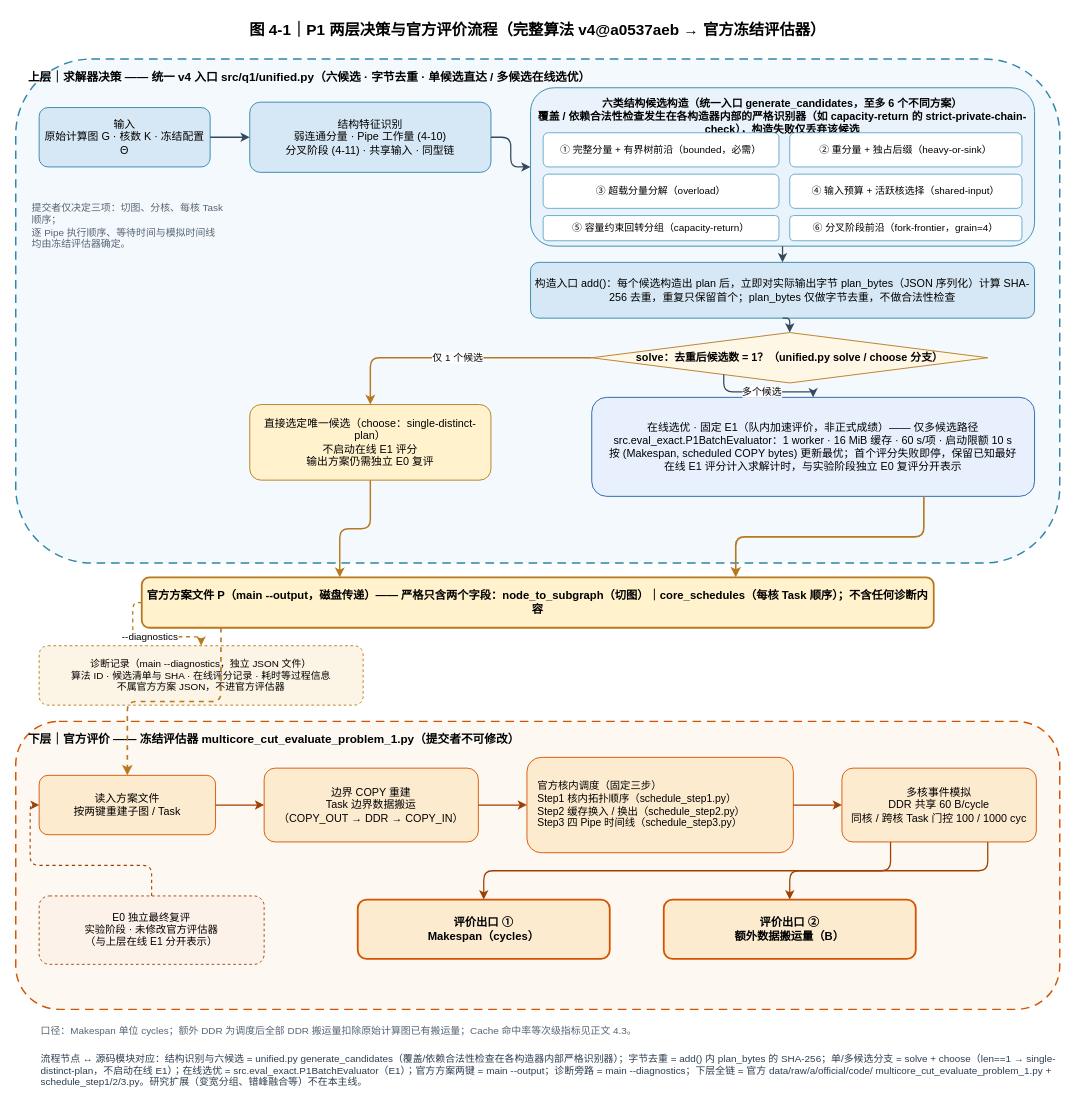
Before: figures/a/jia-fig4-1-20260926/fig4-1-p1-two-layer-flow.drawio in Vioano/huaweicup2026, a draw.io diagram. Source tidied: cells renumbered, new cells numbered last; positions are measured from the earlier drawing's top-left corner, leaving out a move shared by most shapes. Both pictures are drawn from the tidied source at 90%, with x=0, y=0 at pixel (15, 15).
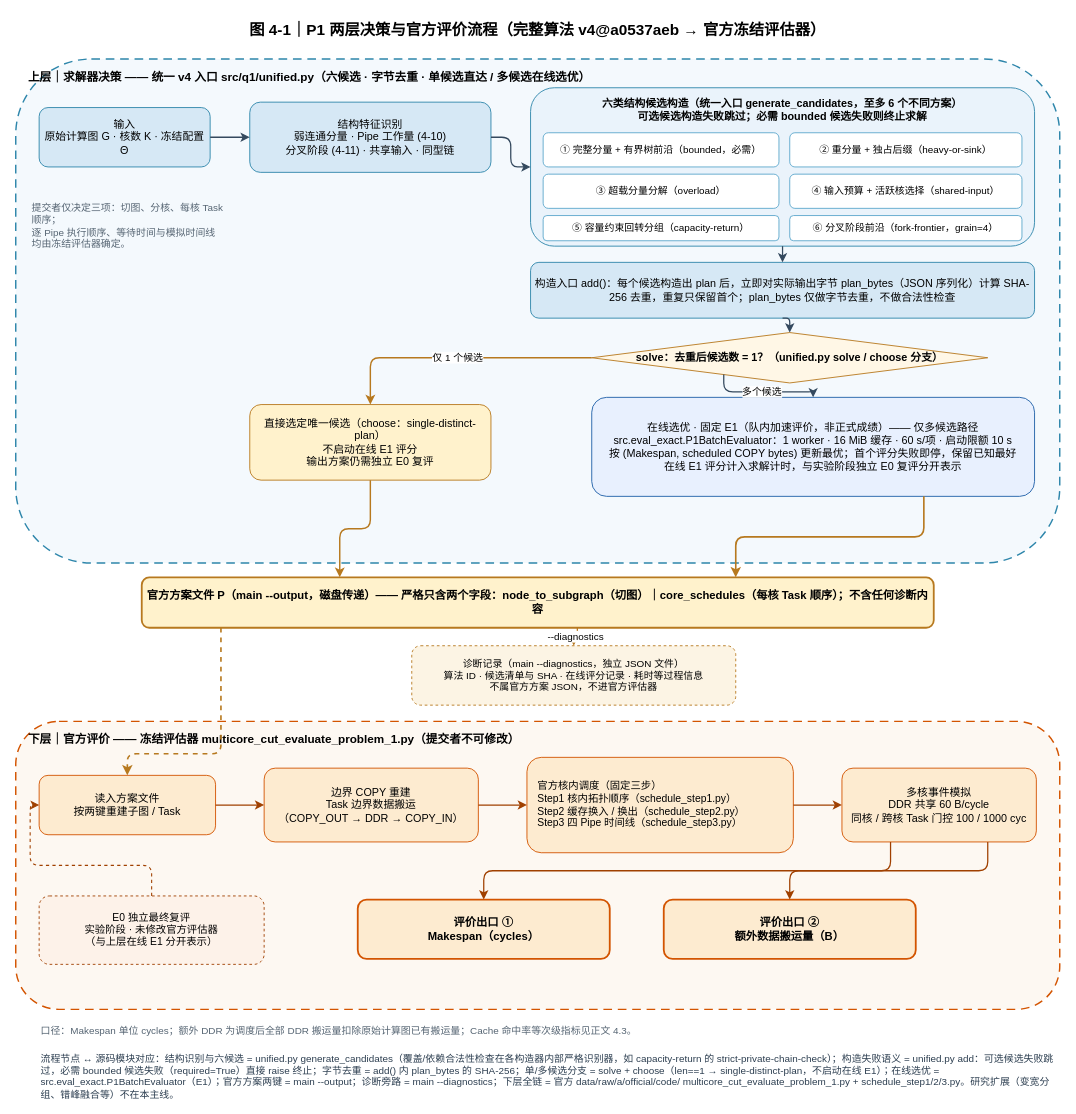
After the change.

The change refers to these unchanged cells:
```xml
<mxCell id="17" value="官方方案文件 P（main --output，磁盘传递）—— 严格只含两个字段：node_to_subgraph（切图）｜core_schedules（每核 Task 顺序）；不含任何诊断内容" style="rounded=1;whiteSpace=wrap;html=1;fillColor=#FFF2CC;strokeColor=#B7791F;strokeWidth=2;fontSize=12.5;fontStyle=1;fontFamily=Microsoft YaHei;" parent="1" vertex="1">
  <mxGeometry x="140" y="624" width="880" height="56" as="geometry" />
</mxCell>
<mxCell id="21" value="读入方案文件&#10;按两键重建子图 / Task" style="rounded=1;whiteSpace=wrap;html=1;fillColor=#FDEBD0;strokeColor=#D35400;fontSize=12;fontFamily=Microsoft YaHei;" parent="1" vertex="1">
  <mxGeometry x="26" y="844" width="196" height="66" as="geometry" />
</mxCell>
```

Change to the diagram source:
```diff
@@
-    <mxCell id="6" value="六类结构候选构造（统一入口 generate_candidates，至多 6 个不同方案）&#10;覆盖 / 依赖合法性检查发生在各构造器内部的严格识别器（如 capacity-return 的 strict-private-chain-check），构造失败仅丢弃该候选" style="rounded=1;whiteSpace=wrap;html=1;fillColor=#EAF3FB;strokeColor=#2E86AB;fontSize=12;fontStyle=1;fontFamily=Microsoft YaHei;verticalAlign=top;spacingTop=4;" parent="1" vertex="1">
+    <mxCell id="6" value="六类结构候选构造（统一入口 generate_candidates，至多 6 个不同方案）&#10;可选候选构造失败跳过；必需 bounded 候选失败则终止求解" style="rounded=1;whiteSpace=wrap;html=1;fillColor=#EAF3FB;strokeColor=#2E86AB;fontSize=12;fontStyle=1;fontFamily=Microsoft YaHei;verticalAlign=top;spacingTop=4;" parent="1" vertex="1">
       <mxGeometry x="572" y="80" width="560" height="176" as="geometry" />
     </mxCell>
@@
     <mxCell id="18" value="诊断记录（main --diagnostics，独立 JSON 文件）&#10;算法 ID · 候选清单与 SHA · 在线评分记录 · 耗时等过程信息&#10;不属官方方案 JSON，不进官方评估器" style="rounded=1;whiteSpace=wrap;html=1;dashed=1;fillColor=#FCF4E4;strokeColor=#B7791F;fontSize=11;fontFamily=Microsoft YaHei;" parent="1" vertex="1">
-      <mxGeometry x="26" y="700" width="360" height="66" as="geometry" />
+      <mxGeometry x="440" y="700" width="360" height="66" as="geometry" />
     </mxCell>
@@
-    <mxCell id="29" value="流程节点 ↔ 源码模块对应：结构识别与六候选 = unified.py generate_candidates（覆盖/依赖合法性检查在各构造器内部严格识别器）；字节去重 = add() 内 plan_bytes 的 SHA-256；单/多候选分支 = solve + choose（len==1 → single-distinct-plan，不启动在线 E1）；在线选优 = src.eval_exact.P1BatchEvaluator（E1）；官方方案两键 = main --output；诊断旁路 = main --diagnostics；下层全链 = 官方 data/raw/a/official/code/ multicore_cut_evaluate_problem_1.py + schedule_step1/2/3.py。研究扩展（变宽分组、错峰融合等）不在本主线。" style="text;html=1;strokeColor=none;fillColor=none;align=left;verticalAlign=top;whiteSpace=wrap;rounded=0;fontSize=11;fontColor=#2C3E50;fontFamily=Microsoft YaHei;" parent="1" vertex="1">
+    <mxCell id="29" value="流程节点 ↔ 源码模块对应：结构识别与六候选 = unified.py generate_candidates（覆盖/依赖合法性检查在各构造器内部严格识别器，如 capacity-return 的 strict-private-chain-check）；构造失败语义 = unified.py add：可选候选失败跳过，必需 bounded 候选失败（required=True）直接 raise 终止；字节去重 = add() 内 plan_bytes 的 SHA-256；单/多候选分支 = solve + choose（len==1 → single-distinct-plan，不启动在线 E1）；在线选优 = src.eval_exact.P1BatchEvaluator（E1）；官方方案两键 = main --output；诊断旁路 = main --diagnostics；下层全链 = 官方 data/raw/a/official/code/ multicore_cut_evaluate_problem_1.py + schedule_step1/2/3.py。研究扩展（变宽分组、错峰融合等）不在本主线。" style="text;html=1;strokeColor=none;fillColor=none;align=left;verticalAlign=top;whiteSpace=wrap;rounded=0;fontSize=11;fontColor=#2C3E50;fontFamily=Microsoft YaHei;" parent="1" vertex="1">
       <mxGeometry x="26" y="1146" width="1130" height="56" as="geometry" />
     </mxCell>
@@
-    <mxCell id="38" value="--diagnostics" style="edgeStyle=orthogonalEdgeStyle;rounded=1;html=1;strokeColor=#B7791F;strokeWidth=1.4;dashed=1;fontSize=11;exitX=0;exitY=0.5;entryX=0.5;entryY=0;" parent="1" edge="1" source="17" target="18">
+    <mxCell id="38" value="--diagnostics" style="edgeStyle=orthogonalEdgeStyle;rounded=1;html=1;strokeColor=#B7791F;strokeWidth=1.4;dashed=1;fontSize=11;exitX=0.55;exitY=1;entryX=0.5;entryY=0;" parent="1" edge="1" source="17" target="18">
       <mxGeometry relative="1" as="geometry" />
     </mxCell>
     <mxCell id="39" style="edgeStyle=orthogonalEdgeStyle;rounded=1;html=1;strokeColor=#B7791F;strokeWidth=1.8;dashed=1;exitX=0.1;exitY=1;entryX=0.5;entryY=0;" parent="1" edge="1" source="17" target="21">
-      <mxGeometry relative="1" as="geometry" />
+      <mxGeometry relative="1" as="geometry">
+        <Array as="points">
+          <mxPoint x="228" y="820" />
+          <mxPoint x="124" y="820" />
+        </Array>
+      </mxGeometry>
     </mxCell>
```
